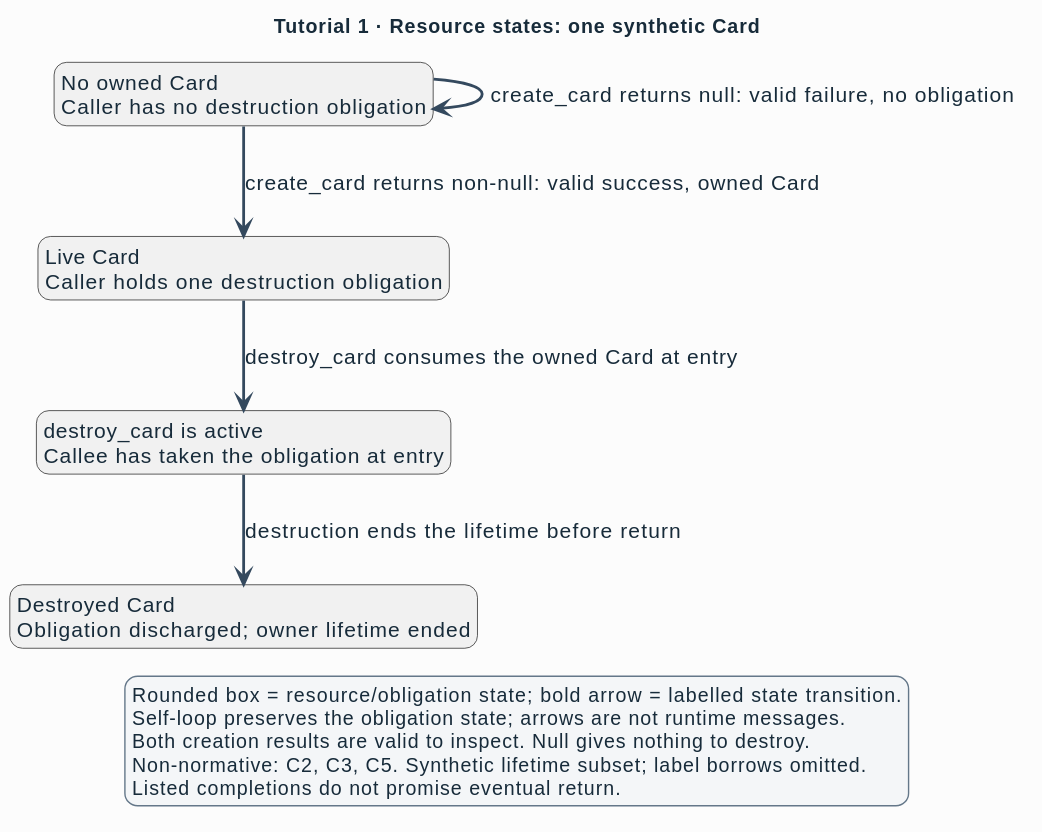
The PlantUML diagram semantic/specification/interface-language/figures/tutorial-lifetime.svg in Linkuistics/APIAnyware, before a commit. Its source is kept beside it as semantic/specification/interface-language/figures/tutorial-lifetime.puml. The source it was exported from:
```plantuml
@startuml
!include style/ail.puml
title Tutorial 1 · Resource states: one synthetic Card
top to bottom direction
skinparam roundcorner 18
hide empty description
state "No owned Card\nCaller has no destruction obligation" as absent
state "Live Card\nCaller holds one destruction obligation" as live
state "destroy_card is active\nCallee has taken the obligation at entry" as destroying
state "Destroyed Card\nObligation discharged; owner lifetime ended" as dead
absent -[bold]-> absent : create_card returns null: valid failure, no obligation
absent -[bold]-> live : create_card returns non-null: valid success, owned Card
live -[bold]-> destroying : destroy_card consumes the owned Card at entry
destroying -[bold]-> dead : destruction ends the lifetime before return
legend bottom
  Rounded box = resource/obligation state; bold arrow = labelled state transition.
  Self-loop preserves the obligation state; arrows are not runtime messages.
  Both creation results are valid to inspect. Null gives nothing to destroy.
  Non-normative: C2, C3, C5. Synthetic lifetime subset; label borrows omitted.
  Listed completions do not promise eventual return.
endlegend
@enduml
```
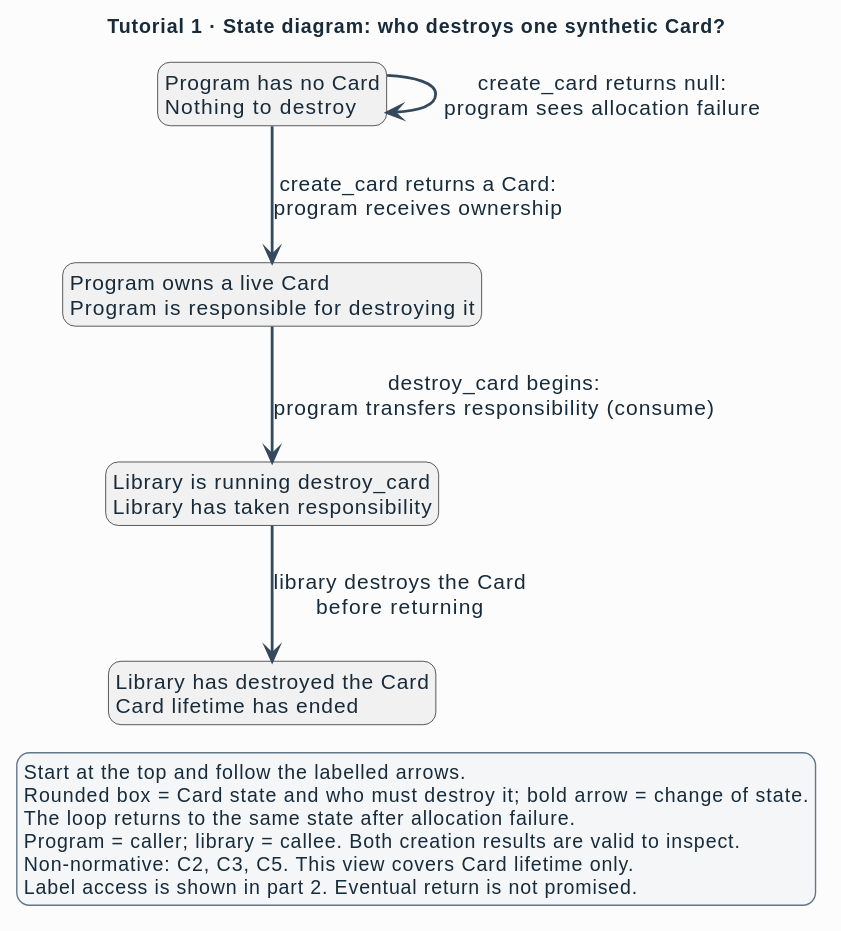
The same diagram one commit later.

The edit, as a diff of the source:
```diff
@@ -1,22 +1,23 @@
 @startuml
 !include style/ail.puml
-title Tutorial 1 · Resource states: one synthetic Card
+title Tutorial 1 · State diagram: who destroys one synthetic Card?
 top to bottom direction
 skinparam roundcorner 18
 hide empty description
-state "No owned Card\nCaller has no destruction obligation" as absent
-state "Live Card\nCaller holds one destruction obligation" as live
-state "destroy_card is active\nCallee has taken the obligation at entry" as destroying
-state "Destroyed Card\nObligation discharged; owner lifetime ended" as dead
-absent -[bold]-> absent : create_card returns null: valid failure, no obligation
-absent -[bold]-> live : create_card returns non-null: valid success, owned Card
-live -[bold]-> destroying : destroy_card consumes the owned Card at entry
-destroying -[bold]-> dead : destruction ends the lifetime before return
+state "Program has no Card\nNothing to destroy" as absent
+state "Program owns a live Card\nProgram is responsible for destroying it" as live
+state "Library is running destroy_card\nLibrary has taken responsibility" as destroying
+state "Library has destroyed the Card\nCard lifetime has ended" as dead
+absent -[bold]-> absent : create_card returns null:\nprogram sees allocation failure
+absent -[bold]-> live : create_card returns a Card:\nprogram receives ownership
+live -[bold]-> destroying : destroy_card begins:\nprogram transfers responsibility (consume)
+destroying -[bold]-> dead : library destroys the Card\nbefore returning
 legend bottom
-  Rounded box = resource/obligation state; bold arrow = labelled state transition.
-  Self-loop preserves the obligation state; arrows are not runtime messages.
-  Both creation results are valid to inspect. Null gives nothing to destroy.
-  Non-normative: C2, C3, C5. Synthetic lifetime subset; label borrows omitted.
-  Listed completions do not promise eventual return.
+  Start at the top and follow the labelled arrows.
+  Rounded box = Card state and who must destroy it; bold arrow = change of state.
+  The loop returns to the same state after allocation failure.
+  Program = caller; library = callee. Both creation results are valid to inspect.
+  Non-normative: C2, C3, C5. This view covers Card lifetime only.
+  Label access is shown in part 2. Eventual return is not promised.
 endlegend
 @enduml
```
